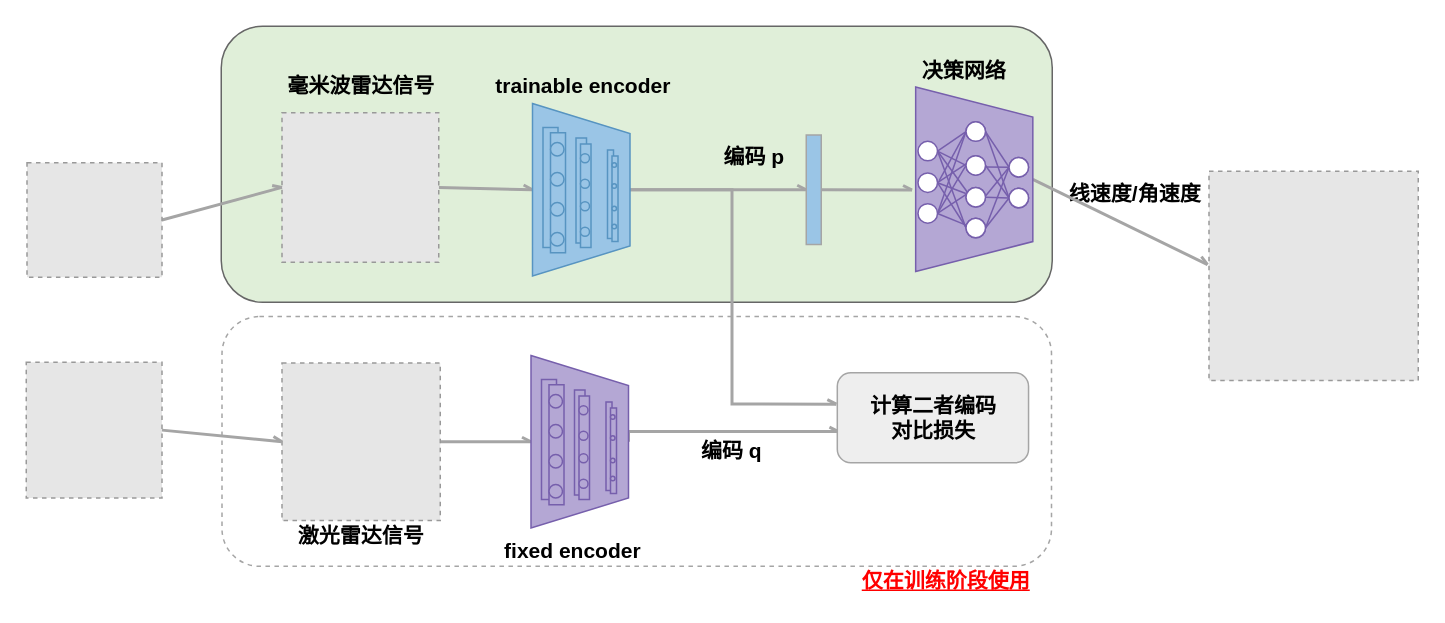
Above: liuchengtu/对比学习.drawio in lunfee/diagrams.io (draw.io), before the change. Source tidied: cells renumbered, new cells numbered last; positions are measured from the earlier drawing's top-left corner, leaving out a move shared by most shapes. Both pictures are drawn from the tidied source at 150%, with x=0, y=0 at pixel (26, 26). Pictures stored in the file or linked from it are replaced by grey dashed boxes.
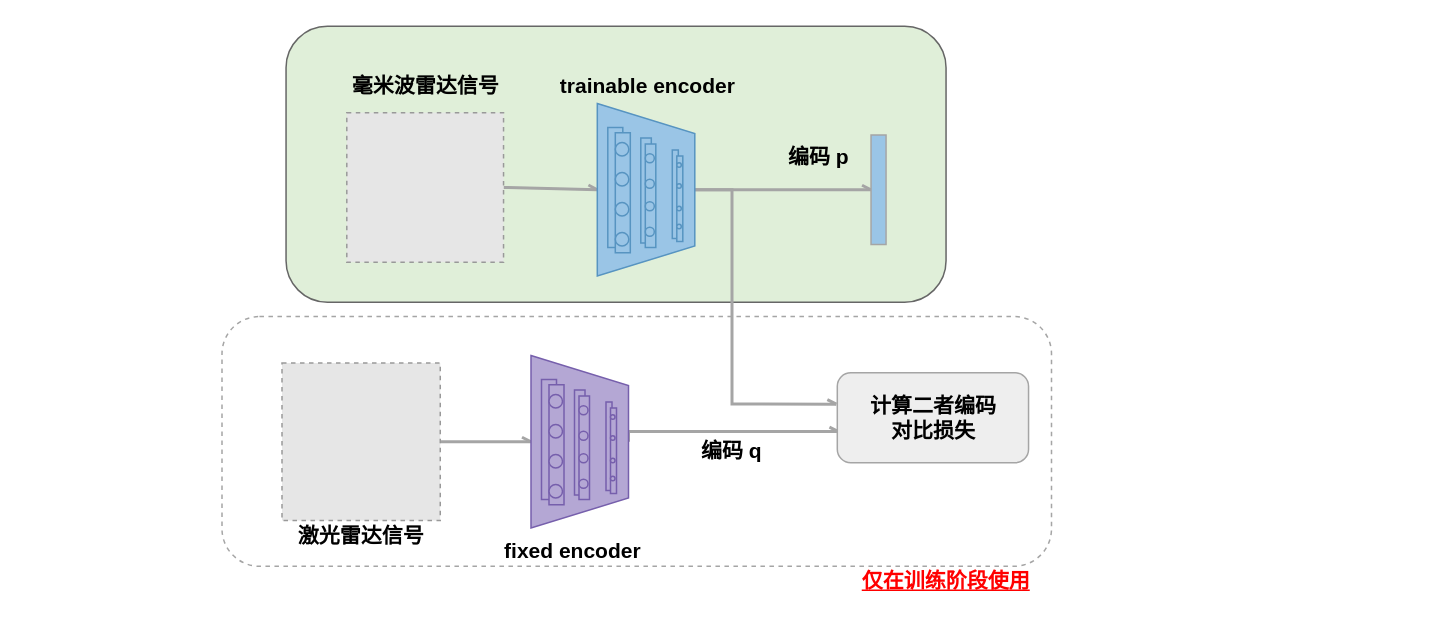
Above is the later version.

The change refers to these unchanged cells:
```xml
<mxCell id="10" style="fillColor=#E6E6E6;strokeColor=#999999;dashed=1;verticalLabelPosition=bottom;labelBackgroundColor=default;verticalAlign=top;" parent="1" vertex="1">
  <mxGeometry x="170.5" y="224.5" width="105.5" height="105" as="geometry" />
</mxCell>
```

What changed in the source:
```diff
@@
     <mxCell id="3" style="rounded=1;whiteSpace=wrap;html=1;shadow=0;sketch=0;strokeColor=#666666;strokeWidth=1;fillColor=#e0efd9;fontColor=#333333;" parent="1" vertex="1">
-      <mxGeometry x="130" width="554" height="184" as="geometry" />
+      <mxGeometry x="173.2" width="440" height="184" as="geometry" />
     </mxCell>
     <mxCell id="4" value="&lt;b&gt;&lt;font style=&quot;font-size: 14px&quot;&gt;毫米波雷达信号&lt;/font&gt;&lt;br&gt;&lt;/b&gt;" style="text;html=1;align=center;verticalAlign=middle;fillColor=none;strokeColor=none;rounded=0;" parent="1" vertex="1">
-      <mxGeometry x="168.2" y="30" width="110" height="20" as="geometry" />
+      <mxGeometry x="211.4" y="30" width="110" height="20" as="geometry" />
     </mxCell>
@@
-    <mxCell id="6" style="fillColor=#E6E6E6;strokeColor=#999999;dashed=1;verticalLabelPosition=bottom;labelBackgroundColor=default;verticalAlign=top;" parent="1" vertex="1">
-      <mxGeometry x="788.5" y="96.7" width="139.5" height="139.5" as="geometry" />
-    </mxCell>
-    <mxCell id="7" value="&lt;b&gt;&lt;font style=&quot;font-size: 14px&quot;&gt;线速度/角速度&lt;/font&gt;&lt;/b&gt;" style="text;html=1;align=center;verticalAlign=middle;fillColor=none;strokeColor=none;rounded=0;" parent="1" vertex="1">
-      <mxGeometry x="688.5" y="102" width="100" height="20" as="geometry" />
-    </mxCell>
     <mxCell id="8" style="fillColor=#E6E6E6;strokeColor=#999999;dashed=1;verticalLabelPosition=bottom;labelBackgroundColor=default;verticalAlign=top;" parent="1" vertex="1">
-      <mxGeometry x="170.5" y="57.6" width="104.5" height="99.7" as="geometry" />
+      <mxGeometry x="213.7" y="57.6" width="104.5" height="99.7" as="geometry" />
     </mxCell>
@@
     <mxCell id="13" style="shape=trapezoid;perimeter=trapezoidPerimeter;whiteSpace=wrap;html=1;fixedSize=1;strokeWidth=1;rotation=90;fillColor=#9ac5e6;strokeColor=#5794c1;" parent="1" vertex="1">
-      <mxGeometry x="312.5" y="76.5" width="115" height="65" as="geometry" />
+      <mxGeometry x="355.7" y="76.5" width="115" height="65" as="geometry" />
     </mxCell>
     <mxCell id="14" style="rounded=0;whiteSpace=wrap;html=1;strokeWidth=1;fillColor=#9ac5e6;strokeColor=#5794c1;" parent="1" vertex="1">
-      <mxGeometry x="344.5" y="67.5" width="10" height="80" as="geometry" />
+      <mxGeometry x="387.7" y="67.5" width="10" height="80" as="geometry" />
     </mxCell>
     <mxCell id="15" style="rounded=0;whiteSpace=wrap;html=1;strokeWidth=1;fillColor=#9ac5e6;strokeColor=#5794c1;" parent="1" vertex="1">
-      <mxGeometry x="349.5" y="71" width="10" height="80" as="geometry" />
+      <mxGeometry x="392.7" y="71" width="10" height="80" as="geometry" />
     </mxCell>
     <mxCell id="16" style="ellipse;whiteSpace=wrap;html=1;strokeWidth=1;fillColor=#9ac5e6;strokeColor=#5794c1;" parent="1" vertex="1">
-      <mxGeometry x="349.5" y="77.5" width="9" height="9" as="geometry" />
+      <mxGeometry x="392.7" y="77.5" width="9" height="9" as="geometry" />
     </mxCell>
     <mxCell id="17" style="ellipse;whiteSpace=wrap;html=1;strokeWidth=1;fillColor=#9ac5e6;strokeColor=#5794c1;" parent="1" vertex="1">
-      <mxGeometry x="349.5" y="97.5" width="9" height="9" as="geometry" />
+      <mxGeometry x="392.7" y="97.5" width="9" height="9" as="geometry" />
     </mxCell>
     <mxCell id="18" style="ellipse;whiteSpace=wrap;html=1;strokeWidth=1;fillColor=#9ac5e6;strokeColor=#5794c1;" parent="1" vertex="1">
-      <mxGeometry x="349.5" y="117.5" width="9" height="9" as="geometry" />
+      <mxGeometry x="392.7" y="117.5" width="9" height="9" as="geometry" />
     </mxCell>
     <mxCell id="19" style="ellipse;whiteSpace=wrap;html=1;strokeWidth=1;fillColor=#9ac5e6;strokeColor=#5794c1;" parent="1" vertex="1">
-      <mxGeometry x="349.5" y="137.5" width="9" height="9" as="geometry" />
+      <mxGeometry x="392.7" y="137.5" width="9" height="9" as="geometry" />
     </mxCell>
     <mxCell id="20" style="rounded=0;whiteSpace=wrap;html=1;shadow=0;sketch=0;strokeWidth=1;fillColor=#9ac5e6;strokeColor=#5794c1;" parent="1" vertex="1">
-      <mxGeometry x="366.5" y="74.5" width="7" height="70" as="geometry" />
+      <mxGeometry x="409.7" y="74.5" width="7" height="70" as="geometry" />
     </mxCell>
     <mxCell id="21" style="rounded=0;whiteSpace=wrap;html=1;shadow=0;sketch=0;strokeWidth=1;fillColor=#9ac5e6;strokeColor=#5794c1;" parent="1" vertex="1">
-      <mxGeometry x="369.5" y="78.5" width="7" height="69" as="geometry" />
+      <mxGeometry x="412.7" y="78.5" width="7" height="69" as="geometry" />
     </mxCell>
     <mxCell id="22" style="ellipse;whiteSpace=wrap;html=1;shadow=0;sketch=0;strokeWidth=1;fillColor=#9ac5e6;strokeColor=#5794c1;" parent="1" vertex="1">
-      <mxGeometry x="369.5" y="85" width="6" height="6" as="geometry" />
+      <mxGeometry x="412.7" y="85" width="6" height="6" as="geometry" />
     </mxCell>
     <mxCell id="23" style="ellipse;whiteSpace=wrap;html=1;shadow=0;sketch=0;strokeWidth=1;fillColor=#9ac5e6;strokeColor=#5794c1;" parent="1" vertex="1">
-      <mxGeometry x="369.5" y="102" width="6" height="6" as="geometry" />
+      <mxGeometry x="412.7" y="102" width="6" height="6" as="geometry" />
     </mxCell>
     <mxCell id="24" style="ellipse;whiteSpace=wrap;html=1;shadow=0;sketch=0;strokeWidth=1;fillColor=#9ac5e6;strokeColor=#5794c1;" parent="1" vertex="1">
-      <mxGeometry x="369.5" y="117" width="6" height="6" as="geometry" />
+      <mxGeometry x="412.7" y="117" width="6" height="6" as="geometry" />
     </mxCell>
     <mxCell id="25" style="ellipse;whiteSpace=wrap;html=1;shadow=0;sketch=0;strokeWidth=1;fillColor=#9ac5e6;strokeColor=#5794c1;" parent="1" vertex="1">
-      <mxGeometry x="369.5" y="134" width="6" height="6" as="geometry" />
+      <mxGeometry x="412.7" y="134" width="6" height="6" as="geometry" />
     </mxCell>
     <mxCell id="26" style="rounded=0;whiteSpace=wrap;html=1;shadow=0;sketch=0;strokeWidth=1;fillColor=#9ac5e6;strokeColor=#5794c1;" parent="1" vertex="1">
-      <mxGeometry x="387.5" y="82.5" width="4" height="59" as="geometry" />
+      <mxGeometry x="430.7" y="82.5" width="4" height="59" as="geometry" />
     </mxCell>
     <mxCell id="27" style="rounded=0;whiteSpace=wrap;html=1;shadow=0;sketch=0;strokeWidth=1;fillColor=#9ac5e6;strokeColor=#5794c1;" parent="1" vertex="1">
-      <mxGeometry x="390.5" y="86.5" width="4" height="57" as="geometry" />
+      <mxGeometry x="433.7" y="86.5" width="4" height="57" as="geometry" />
     </mxCell>
     <mxCell id="28" style="ellipse;whiteSpace=wrap;html=1;shadow=0;sketch=0;strokeWidth=1;fillColor=#9ac5e6;strokeColor=#5794c1;" parent="1" vertex="1">
-      <mxGeometry x="390.5" y="91" width="3" height="3" as="geometry" />
+      <mxGeometry x="433.7" y="91" width="3" height="3" as="geometry" />
     </mxCell>
     <mxCell id="29" style="ellipse;whiteSpace=wrap;html=1;shadow=0;sketch=0;strokeWidth=1;fillColor=#9ac5e6;strokeColor=#5794c1;" parent="1" vertex="1">
-      <mxGeometry x="390.5" y="105" width="3" height="3" as="geometry" />
+      <mxGeometry x="433.7" y="105" width="3" height="3" as="geometry" />
     </mxCell>
     <mxCell id="30" style="ellipse;whiteSpace=wrap;html=1;shadow=0;sketch=0;strokeWidth=1;fillColor=#9ac5e6;strokeColor=#5794c1;" parent="1" vertex="1">
-      <mxGeometry x="390.5" y="120" width="3" height="3" as="geometry" />
+      <mxGeometry x="433.7" y="120" width="3" height="3" as="geometry" />
     </mxCell>
     <mxCell id="31" style="ellipse;whiteSpace=wrap;html=1;shadow=0;sketch=0;strokeWidth=1;fillColor=#9ac5e6;strokeColor=#5794c1;" parent="1" vertex="1">
-      <mxGeometry x="390.5" y="132" width="3" height="3" as="geometry" />
+      <mxGeometry x="433.7" y="132" width="3" height="3" as="geometry" />
     </mxCell>
@@
-    <mxCell id="53" style="edgeStyle=none;rounded=0;jettySize=auto;html=1;exitX=1;exitY=0.5;exitDx=0;exitDy=0;entryX=0.558;entryY=1.031;entryDx=0;entryDy=0;entryPerimeter=0;shadow=0;endArrow=openAsync;endFill=0;startSize=4;endSize=4;strokeColor=#A5A5A5;strokeWidth=2;" parent="1" edge="1" source="54" target="56">
-      <mxGeometry relative="1" as="geometry" />
-    </mxCell>
     <mxCell id="54" style="rounded=0;whiteSpace=wrap;html=1;shadow=0;sketch=0;strokeColor=#A5A5A5;strokeWidth=1;fillColor=#9AC5E6;gradientColor=none;" parent="1" vertex="1">
-      <mxGeometry x="520" y="72.5" width="10" height="73" as="geometry" />
+      <mxGeometry x="563.2" y="72.5" width="10" height="73" as="geometry" />
     </mxCell>
-    <mxCell id="55" style="edgeStyle=none;rounded=0;jettySize=auto;html=1;exitX=0.5;exitY=0;exitDx=0;exitDy=0;entryX=-0.007;entryY=0.446;entryDx=0;entryDy=0;entryPerimeter=0;shadow=0;endArrow=openAsync;endFill=0;startSize=4;endSize=4;strokeColor=#A5A5A5;strokeWidth=2;" parent="1" edge="1" source="56" target="6">
-      <mxGeometry relative="1" as="geometry" />
-    </mxCell>
-    <mxCell id="56" style="shape=trapezoid;perimeter=trapezoidPerimeter;whiteSpace=wrap;html=1;fixedSize=1;strokeWidth=1;rotation=90;fillColor=#b4a7d4;strokeColor=#765FAC;" parent="1" vertex="1">
-      <mxGeometry x="570.5" y="63" width="123" height="78.1" as="geometry" />
-    </mxCell>
-    <mxCell id="57" style="rounded=0;jettySize=auto;html=1;exitX=1;exitY=0.5;exitDx=0;exitDy=0;entryX=0;entryY=0.5;entryDx=0;entryDy=0;shadow=0;endArrow=none;endFill=0;startSize=4;endSize=4;strokeColor=#765fac;strokeWidth=1;" parent="1" edge="1" source="61" target="79">
-      <mxGeometry relative="1" as="geometry" />
-    </mxCell>
-    <mxCell id="58" style="edgeStyle=none;rounded=0;jettySize=auto;html=1;exitX=1;exitY=0.5;exitDx=0;exitDy=0;entryX=0;entryY=0.5;entryDx=0;entryDy=0;shadow=0;endArrow=none;endFill=0;startSize=4;endSize=4;strokeColor=#765fac;strokeWidth=1;" parent="1" edge="1" source="61" target="81">
-      <mxGeometry relative="1" as="geometry" />
-    </mxCell>
-    <mxCell id="59" style="edgeStyle=none;rounded=0;jettySize=auto;html=1;exitX=1;exitY=0.5;exitDx=0;exitDy=0;entryX=0.128;entryY=0.319;entryDx=0;entryDy=0;entryPerimeter=0;shadow=0;endArrow=none;endFill=0;startSize=4;endSize=4;strokeColor=#765fac;strokeWidth=1;" parent="1" edge="1" source="61" target="83">
-      <mxGeometry relative="1" as="geometry" />
-    </mxCell>
-    <mxCell id="60" style="edgeStyle=none;rounded=0;jettySize=auto;html=1;exitX=1;exitY=0.5;exitDx=0;exitDy=0;entryX=0;entryY=0.5;entryDx=0;entryDy=0;shadow=0;endArrow=none;endFill=0;startSize=4;endSize=4;strokeColor=#765fac;strokeWidth=1;" parent="1" edge="1" source="61" target="85">
-      <mxGeometry relative="1" as="geometry" />
-    </mxCell>
-    <mxCell id="61" style="ellipse;whiteSpace=wrap;html=1;shadow=0;sketch=0;strokeColor=#765fac;strokeWidth=1;fillColor=#FFFFFF;gradientColor=none;" parent="1" vertex="1">
-      <mxGeometry x="594.5" y="76.7" width="13" height="13" as="geometry" />
-    </mxCell>
-    <mxCell id="62" style="edgeStyle=none;rounded=0;jettySize=auto;html=1;exitX=1;exitY=0.5;exitDx=0;exitDy=0;entryX=-0.008;entryY=0.31;entryDx=0;entryDy=0;entryPerimeter=0;shadow=0;endArrow=none;endFill=0;startSize=4;endSize=4;strokeColor=#765fac;strokeWidth=1;" parent="1" edge="1" source="65" target="83">
-      <mxGeometry relative="1" as="geometry" />
-    </mxCell>
-    <mxCell id="63" style="edgeStyle=none;rounded=0;jettySize=auto;html=1;exitX=1;exitY=0.5;exitDx=0;exitDy=0;entryX=0.013;entryY=0.416;entryDx=0;entryDy=0;entryPerimeter=0;shadow=0;endArrow=none;endFill=0;startSize=4;endSize=4;strokeColor=#765fac;strokeWidth=1;" parent="1" edge="1" source="65" target="81">
-      <mxGeometry relative="1" as="geometry" />
-    </mxCell>
-    <mxCell id="64" style="edgeStyle=none;rounded=0;jettySize=auto;html=1;exitX=1;exitY=0.5;exitDx=0;exitDy=0;entryX=-0.018;entryY=0.437;entryDx=0;entryDy=0;entryPerimeter=0;shadow=0;endArrow=none;endFill=0;startSize=4;endSize=4;strokeColor=#765fac;strokeWidth=1;" parent="1" edge="1" source="65" target="85">
-      <mxGeometry relative="1" as="geometry" />
-    </mxCell>
-    <mxCell id="65" style="ellipse;whiteSpace=wrap;html=1;shadow=0;sketch=0;strokeColor=#765fac;strokeWidth=1;fillColor=#FFFFFF;gradientColor=none;" parent="1" vertex="1">
-      <mxGeometry x="594.5" y="97.8" width="13" height="13" as="geometry" />
-    </mxCell>
-    <mxCell id="66" style="edgeStyle=none;rounded=0;jettySize=auto;html=1;exitX=1;exitY=0.5;exitDx=0;exitDy=0;entryX=0.013;entryY=0.351;entryDx=0;entryDy=0;entryPerimeter=0;shadow=0;endArrow=none;endFill=0;startSize=4;endSize=4;strokeColor=#765fac;strokeWidth=1;" parent="1" edge="1" source="69" target="83">
-      <mxGeometry relative="1" as="geometry" />
-    </mxCell>
-    <mxCell id="67" style="edgeStyle=none;rounded=0;jettySize=auto;html=1;exitX=1;exitY=0.5;exitDx=0;exitDy=0;entryX=0;entryY=0.5;entryDx=0;entryDy=0;shadow=0;endArrow=none;endFill=0;startSize=4;endSize=4;strokeColor=#765fac;strokeWidth=1;" parent="1" edge="1" source="69" target="81">
-      <mxGeometry relative="1" as="geometry" />
-    </mxCell>
-    <mxCell id="68" style="edgeStyle=none;rounded=0;jettySize=auto;html=1;exitX=1;exitY=0.5;exitDx=0;exitDy=0;entryX=0.003;entryY=0.354;entryDx=0;entryDy=0;entryPerimeter=0;shadow=0;endArrow=none;endFill=0;startSize=4;endSize=4;strokeColor=#765fac;strokeWidth=1;" parent="1" edge="1" source="69" target="85">
-      <mxGeometry relative="1" as="geometry" />
-    </mxCell>
-    <mxCell id="69" style="ellipse;whiteSpace=wrap;html=1;shadow=0;sketch=0;strokeColor=#765fac;strokeWidth=1;fillColor=#FFFFFF;gradientColor=none;" parent="1" vertex="1">
-      <mxGeometry x="594.5" y="118.3" width="13" height="13" as="geometry" />
-    </mxCell>
-    <mxCell id="70" style="edgeStyle=none;rounded=0;jettySize=auto;html=1;exitX=0;exitY=0.5;exitDx=0;exitDy=0;entryX=1.035;entryY=0.582;entryDx=0;entryDy=0;entryPerimeter=0;shadow=0;endArrow=none;endFill=0;startSize=4;endSize=4;strokeColor=#765fac;strokeWidth=1;" parent="1" edge="1" source="73" target="81">
-      <mxGeometry relative="1" as="geometry" />
-    </mxCell>
-    <mxCell id="71" style="edgeStyle=none;rounded=0;jettySize=auto;html=1;exitX=0;exitY=0.5;exitDx=0;exitDy=0;entryX=1.014;entryY=0.424;entryDx=0;entryDy=0;entryPerimeter=0;shadow=0;endArrow=none;endFill=0;startSize=4;endSize=4;strokeColor=#765fac;strokeWidth=1;" parent="1" edge="1" source="73" target="83">
-      <mxGeometry relative="1" as="geometry" />
-    </mxCell>
-    <mxCell id="72" style="edgeStyle=none;rounded=0;jettySize=auto;html=1;exitX=0;exitY=0.5;exitDx=0;exitDy=0;entryX=1;entryY=0.5;entryDx=0;entryDy=0;shadow=0;endArrow=none;endFill=0;startSize=4;endSize=4;strokeColor=#765fac;strokeWidth=1;" parent="1" edge="1" source="73" target="85">
-      <mxGeometry relative="1" as="geometry" />
-    </mxCell>
-    <mxCell id="73" style="ellipse;whiteSpace=wrap;html=1;shadow=0;sketch=0;strokeColor=#765fac;strokeWidth=1;fillColor=#b4a7d4;gradientColor=none;" parent="1" vertex="1">
-      <mxGeometry x="655.2" y="87.5" width="13" height="13" as="geometry" />
-    </mxCell>
-    <mxCell id="74" style="ellipse;whiteSpace=wrap;html=1;shadow=0;sketch=0;strokeColor=#765fac;strokeWidth=1;fillColor=#b4a7d4;gradientColor=none;" parent="1" vertex="1">
-      <mxGeometry x="655.2" y="108" width="13" height="13" as="geometry" />
-    </mxCell>
-    <mxCell id="75" style="edgeStyle=none;rounded=0;jettySize=auto;html=1;exitX=1;exitY=0.5;exitDx=0;exitDy=0;entryX=0;entryY=0.5;entryDx=0;entryDy=0;shadow=0;endArrow=none;endFill=0;startSize=4;endSize=4;strokeColor=#765fac;strokeWidth=1;" parent="1" edge="1" source="79" target="73">
-      <mxGeometry relative="1" as="geometry" />
-    </mxCell>
-    <mxCell id="76" style="edgeStyle=none;rounded=0;jettySize=auto;html=1;exitX=1;exitY=0.5;exitDx=0;exitDy=0;entryX=0;entryY=0.5;entryDx=0;entryDy=0;shadow=0;endArrow=none;endFill=0;startSize=4;endSize=4;strokeColor=#765fac;strokeWidth=1;" parent="1" edge="1" source="79" target="74">
-      <mxGeometry relative="1" as="geometry" />
-    </mxCell>
-    <mxCell id="77" style="edgeStyle=none;rounded=0;jettySize=auto;html=1;exitX=0;exitY=0.5;exitDx=0;exitDy=0;entryX=1.08;entryY=0.409;entryDx=0;entryDy=0;entryPerimeter=0;shadow=0;endArrow=none;endFill=0;startSize=4;endSize=4;strokeColor=#765fac;strokeWidth=1;" parent="1" edge="1" source="79" target="65">
-      <mxGeometry relative="1" as="geometry" />
-    </mxCell>
-    <mxCell id="78" style="edgeStyle=none;rounded=0;jettySize=auto;html=1;exitX=0;exitY=0.5;exitDx=0;exitDy=0;entryX=1;entryY=0.5;entryDx=0;entryDy=0;shadow=0;endArrow=none;endFill=0;startSize=4;endSize=4;strokeColor=#765fac;strokeWidth=1;" parent="1" edge="1" source="79" target="69">
-      <mxGeometry relative="1" as="geometry" />
-    </mxCell>
-    <mxCell id="79" style="ellipse;whiteSpace=wrap;html=1;shadow=0;sketch=0;strokeColor=#765fac;strokeWidth=1;fillColor=#b4a7d4;gradientColor=none;" parent="1" vertex="1">
-      <mxGeometry x="626.5" y="63.7" width="13" height="13" as="geometry" />
-    </mxCell>
-    <mxCell id="80" style="edgeStyle=none;rounded=0;jettySize=auto;html=1;exitX=1;exitY=0.5;exitDx=0;exitDy=0;entryX=0;entryY=0.5;entryDx=0;entryDy=0;shadow=0;endArrow=none;endFill=0;startSize=4;endSize=4;strokeColor=#765fac;strokeWidth=1;" parent="1" edge="1" source="81" target="74">
-      <mxGeometry relative="1" as="geometry" />
-    </mxCell>
-    <mxCell id="81" style="ellipse;whiteSpace=wrap;html=1;shadow=0;sketch=0;strokeColor=#765fac;strokeWidth=1;fillColor=#b4a7d4;gradientColor=none;" parent="1" vertex="1">
-      <mxGeometry x="626.5" y="86.3" width="13" height="13" as="geometry" />
-    </mxCell>
-    <mxCell id="82" style="edgeStyle=none;rounded=0;jettySize=auto;html=1;exitX=1;exitY=0.5;exitDx=0;exitDy=0;shadow=0;endArrow=none;endFill=0;startSize=4;endSize=4;strokeColor=#765fac;strokeWidth=1;entryX=0;entryY=0.5;entryDx=0;entryDy=0;" parent="1" edge="1" source="83" target="74">
-      <mxGeometry relative="1" as="geometry" />
-    </mxCell>
-    <mxCell id="83" style="ellipse;whiteSpace=wrap;html=1;shadow=0;sketch=0;strokeColor=#765fac;strokeWidth=1;fillColor=#b4a7d4;gradientColor=none;" parent="1" vertex="1">
-      <mxGeometry x="626.5" y="107.5" width="13" height="13" as="geometry" />
-    </mxCell>
-    <mxCell id="84" style="edgeStyle=none;rounded=0;jettySize=auto;html=1;exitX=1;exitY=0.5;exitDx=0;exitDy=0;entryX=0;entryY=0.5;entryDx=0;entryDy=0;shadow=0;endArrow=none;endFill=0;startSize=4;endSize=4;strokeColor=#765fac;strokeWidth=1;" parent="1" edge="1" source="85" target="74">
-      <mxGeometry relative="1" as="geometry" />
-    </mxCell>
-    <mxCell id="85" style="ellipse;whiteSpace=wrap;html=1;shadow=0;sketch=0;strokeColor=#765fac;strokeWidth=1;fillColor=#b4a7d4;gradientColor=none;" parent="1" vertex="1">
-      <mxGeometry x="626.5" y="128" width="13" height="13" as="geometry" />
-    </mxCell>
-    <mxCell id="86" style="ellipse;whiteSpace=wrap;html=1;shadow=0;sketch=0;strokeColor=#765fac;strokeWidth=1;fillColor=#FFFFFF;gradientColor=none;" parent="1" vertex="1">
-      <mxGeometry x="655.2" y="87.5" width="13" height="13" as="geometry" />
-    </mxCell>
-    <mxCell id="87" style="ellipse;whiteSpace=wrap;html=1;shadow=0;sketch=0;strokeColor=#765fac;strokeWidth=1;fillColor=#FFFFFF;gradientColor=none;" parent="1" vertex="1">
-      <mxGeometry x="655.2" y="108" width="13" height="13" as="geometry" />
-    </mxCell>
-    <mxCell id="88" style="ellipse;whiteSpace=wrap;html=1;shadow=0;sketch=0;strokeColor=#765fac;strokeWidth=1;fillColor=#FFFFFF;gradientColor=none;" parent="1" vertex="1">
-      <mxGeometry x="626.5" y="107.5" width="13" height="13" as="geometry" />
-    </mxCell>
-    <mxCell id="89" style="ellipse;whiteSpace=wrap;html=1;shadow=0;sketch=0;strokeColor=#765fac;strokeWidth=1;fillColor=#FFFFFF;gradientColor=none;" parent="1" vertex="1">
-      <mxGeometry x="626.5" y="86.3" width="13" height="13" as="geometry" />
-    </mxCell>
-    <mxCell id="90" style="ellipse;whiteSpace=wrap;html=1;shadow=0;sketch=0;strokeColor=#765fac;strokeWidth=1;fillColor=#FFFFFF;gradientColor=none;" parent="1" vertex="1">
-      <mxGeometry x="626.5" y="63.7" width="13" height="13" as="geometry" />
-    </mxCell>
-    <mxCell id="91" style="ellipse;whiteSpace=wrap;html=1;shadow=0;sketch=0;strokeColor=#765fac;strokeWidth=1;fillColor=#FFFFFF;gradientColor=none;" parent="1" vertex="1">
-      <mxGeometry x="626.5" y="128" width="13" height="13" as="geometry" />
-    </mxCell>
-    <mxCell id="92" style="edgeStyle=none;rounded=0;jettySize=auto;html=1;exitX=1;exitY=0.5;exitDx=0;exitDy=0;entryX=0;entryY=0.5;entryDx=0;entryDy=0;shadow=0;endArrow=openAsync;endFill=0;startSize=4;endSize=4;strokeColor=#A5A5A5;strokeWidth=2;" parent="1" edge="1" source="93" target="10">
-      <mxGeometry relative="1" as="geometry" />
-    </mxCell>
-    <mxCell id="93" style="fillColor=#E6E6E6;strokeColor=#999999;dashed=1;verticalLabelPosition=bottom;labelBackgroundColor=default;verticalAlign=top;" parent="1" vertex="1">
-      <mxGeometry y="224" width="90.5" height="90.5" as="geometry" />
-    </mxCell>
-    <mxCell id="94" style="edgeStyle=none;rounded=0;jettySize=auto;html=1;exitX=1;exitY=0.5;exitDx=0;exitDy=0;entryX=0;entryY=0.5;entryDx=0;entryDy=0;shadow=0;endArrow=openAsync;endFill=0;startSize=4;endSize=4;strokeColor=#A5A5A5;strokeWidth=2;" parent="1" edge="1" source="95" target="8">
-      <mxGeometry relative="1" as="geometry" />
-    </mxCell>
-    <mxCell id="95" style="fillColor=#E6E6E6;strokeColor=#999999;dashed=1;verticalLabelPosition=bottom;labelBackgroundColor=default;verticalAlign=top;" parent="1" vertex="1">
-      <mxGeometry x="0.5" y="91" width="90" height="76.3" as="geometry" />
-    </mxCell>
@@
     <mxCell id="97" value="&lt;b&gt;&lt;font style=&quot;font-size: 14px&quot;&gt;trainable encoder&amp;nbsp;&lt;/font&gt;&lt;/b&gt;" style="text;html=1;align=center;verticalAlign=middle;fillColor=none;strokeColor=none;rounded=0;" parent="1" vertex="1">
-      <mxGeometry x="303" y="30" width="140" height="20" as="geometry" />
+      <mxGeometry x="346.2" y="30" width="140" height="20" as="geometry" />
     </mxCell>
     <mxCell id="98" value="&lt;b&gt;&lt;font style=&quot;font-size: 14px&quot;&gt;编码 p&lt;/font&gt;&lt;/b&gt;" style="text;html=1;align=center;verticalAlign=middle;fillColor=none;strokeColor=none;rounded=0;" parent="1" vertex="1">
-      <mxGeometry x="455" y="76.7" width="60" height="20" as="geometry" />
+      <mxGeometry x="498.2" y="76.7" width="60" height="20" as="geometry" />
     </mxCell>
@@
-    <mxCell id="101" value="&lt;b&gt;&lt;font style=&quot;font-size: 14px&quot;&gt;决策网络&lt;/font&gt;&lt;/b&gt;" style="text;html=1;align=center;verticalAlign=middle;fillColor=none;strokeColor=none;rounded=0;" parent="1" vertex="1">
-      <mxGeometry x="589.5" y="20" width="70" height="20" as="geometry" />
-    </mxCell>
```
